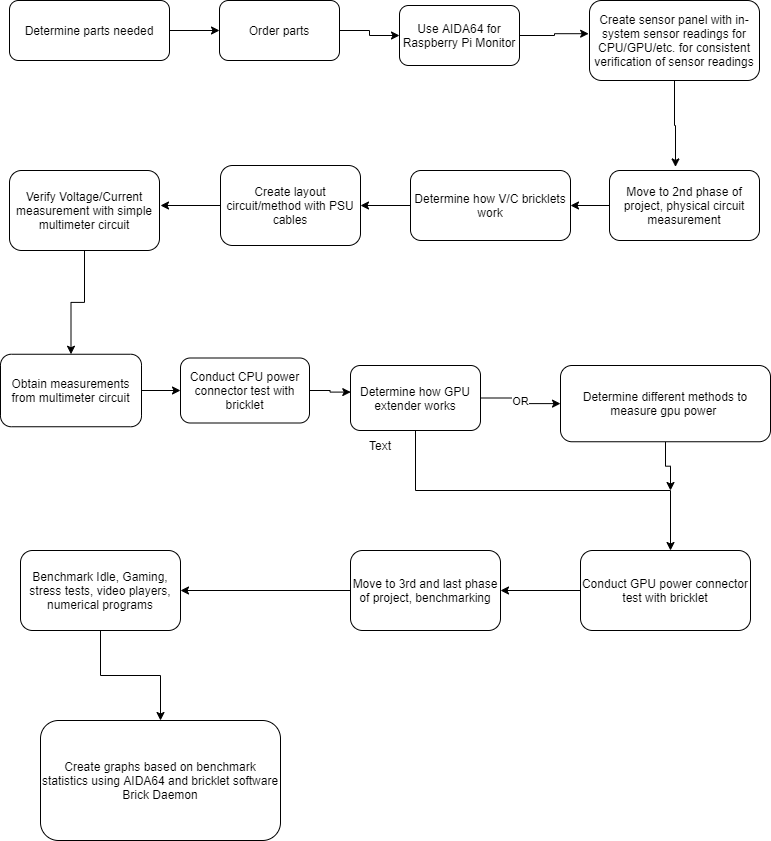
This is 697 Roadmap Diagram.drawio.png from normanroxas22/UMLs, a draw.io export, as it was before one commit. Source tidied: cells renumbered, new cells last; positions are measured from the earlier drawing's top-left corner, leaving out a move shared by most shapes.
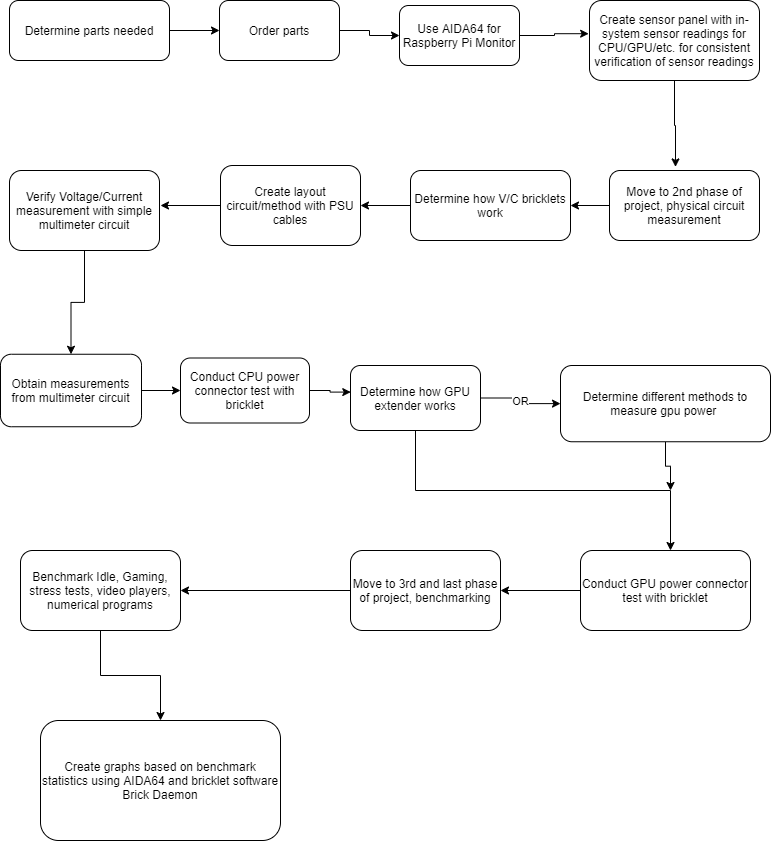
After the commit.

What changed in the source:
```diff
@@ -92,9 +92,6 @@
     <mxCell id="29" value="Obtain measurements from multimeter circuit" style="rounded=1;whiteSpace=wrap;html=1;" parent="1" vertex="1">
       <mxGeometry y="353.8" width="141" height="72.5" as="geometry" />
     </mxCell>
-    <mxCell id="30" value="Text" style="text;html=1;strokeColor=none;fillColor=none;align=center;verticalAlign=middle;whiteSpace=wrap;rounded=0;" parent="1" vertex="1">
-      <mxGeometry x="350" y="430" width="60" height="30" as="geometry" />
-    </mxCell>
     <mxCell id="31" style="edgeStyle=orthogonalEdgeStyle;rounded=0;jettySize=auto;html=1;exitX=0;exitY=0.5;exitDx=0;exitDy=0;entryX=1;entryY=0.5;entryDx=0;entryDy=0;" parent="1" edge="1" source="32" target="34">
       <mxGeometry relative="1" as="geometry" />
     </mxCell>
```
